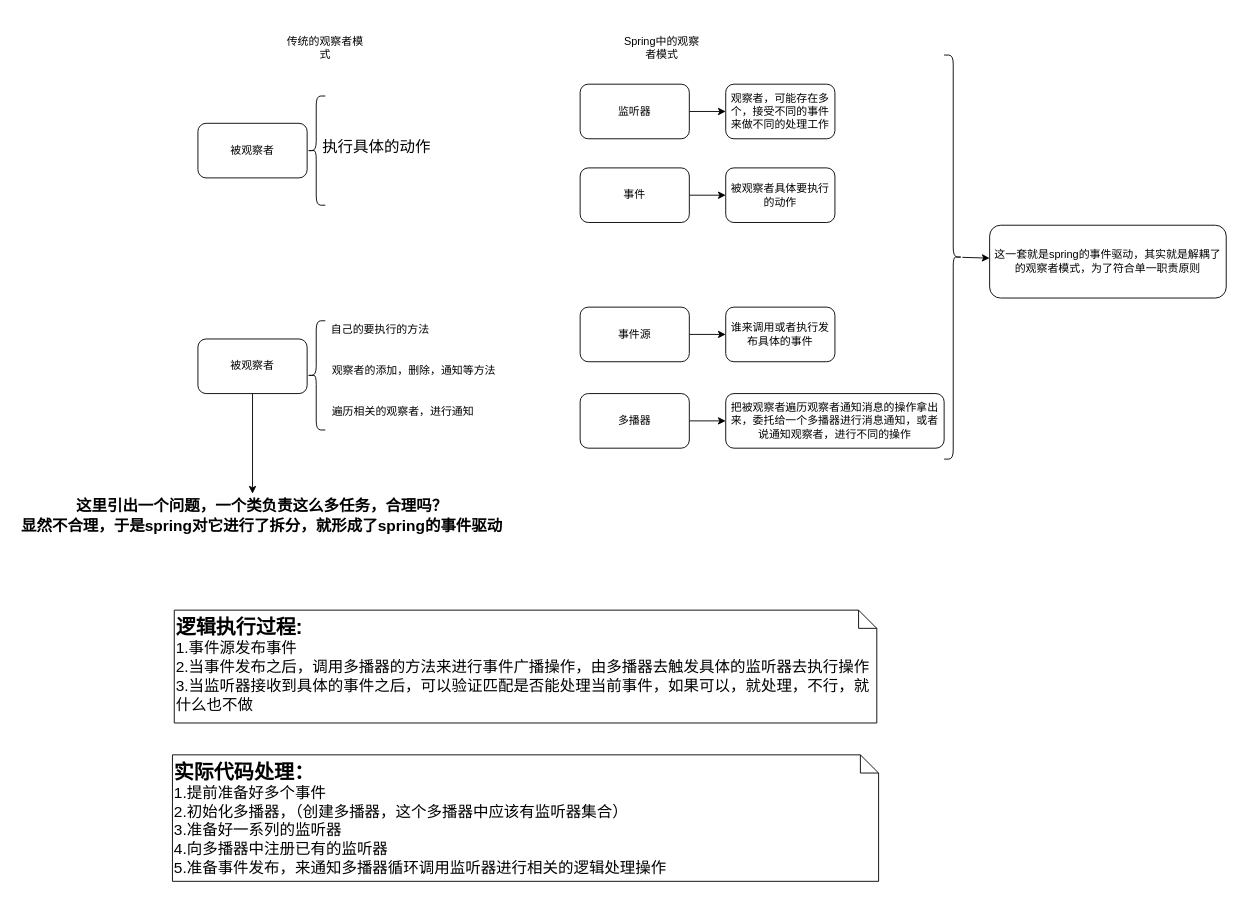
This is spring/Spring'sObserver.drawio from ZWYXY/all_images, a draw.io file, before an edit. Source tidied: cells renumbered, new cells numbered last; positions are measured from the earlier drawing's top-left corner, leaving out a move shared by most shapes. Both pictures are drawn from the tidied source at 91%, with x=0, y=0 at pixel (15, 29).
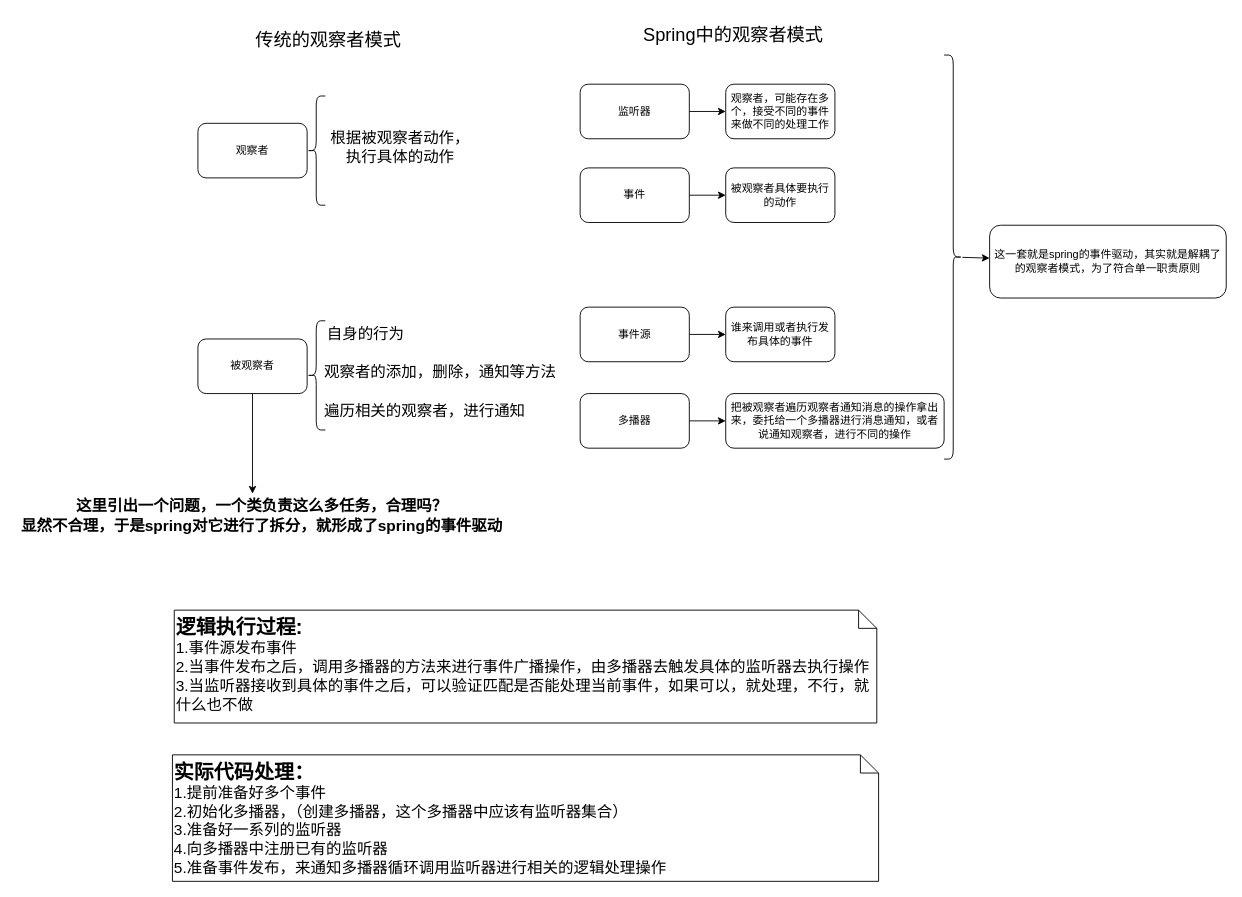
The same page after the edit.

Commit message (it also covers changes not shown here):
修改几张图图

The edit, as a diff of the source:
```diff
@@
-    <mxCell id="4" value="传统的观察者模式" style="text;html=1;strokeColor=none;fillColor=none;align=center;verticalAlign=middle;whiteSpace=wrap;rounded=0;" parent="1" vertex="1">
-      <mxGeometry x="295" width="90" height="40" as="geometry" />
+    <mxCell id="4" value="传统的观察者模式" style="text;html=1;strokeColor=none;fillColor=none;align=center;verticalAlign=middle;whiteSpace=wrap;rounded=0;fontSize=20;" parent="1" vertex="1">
+      <mxGeometry x="222" y="-15" width="243" height="51" as="geometry" />
     </mxCell>
-    <mxCell id="5" value="被观察者" style="rounded=1;whiteSpace=wrap;html=1;" parent="1" vertex="1">
+    <mxCell id="5" value="观察者" style="rounded=1;whiteSpace=wrap;html=1;" parent="1" vertex="1">
       <mxGeometry x="200" y="103" width="120" height="60" as="geometry" />
     </mxCell>
@@
-    <mxCell id="8" value="Spring中的观察者模式" style="text;html=1;strokeColor=none;fillColor=none;align=center;verticalAlign=middle;whiteSpace=wrap;rounded=0;" parent="1" vertex="1">
-      <mxGeometry x="665" width="90" height="40" as="geometry" />
+    <mxCell id="8" value="Spring中的观察者模式" style="text;html=1;strokeColor=none;fillColor=none;align=center;verticalAlign=middle;whiteSpace=wrap;rounded=0;fontSize=20;" parent="1" vertex="1">
+      <mxGeometry x="668" y="-12" width="241" height="33" as="geometry" />
     </mxCell>
@@
-    <mxCell id="23" value="观察者的添加，删除，通知等方法" style="text;html=1;align=center;verticalAlign=middle;strokeColor=none;" parent="1" vertex="1">
-      <mxGeometry x="337" y="365" width="200" height="20" as="geometry" />
+    <mxCell id="23" value="观察者的添加，删除，通知等方法" style="text;html=1;align=center;verticalAlign=middle;strokeColor=none;fontSize=17;" parent="1" vertex="1">
+      <mxGeometry x="333" y="365" width="265" height="24" as="geometry" />
     </mxCell>
@@
-    <mxCell id="25" value="自己的要执行的方法" style="text;html=1;align=center;verticalAlign=middle;strokeColor=none;" parent="1" vertex="1">
-      <mxGeometry x="340" y="320" width="120" height="20" as="geometry" />
+    <mxCell id="25" value="自身的行为" style="text;html=1;align=center;verticalAlign=middle;strokeColor=none;fontSize=17;" parent="1" vertex="1">
+      <mxGeometry x="336" y="323" width="95" height="24" as="geometry" />
     </mxCell>
-    <mxCell id="26" value="遍历相关的观察者，进行通知" style="text;html=1;align=center;verticalAlign=middle;strokeColor=none;" parent="1" vertex="1">
-      <mxGeometry x="340" y="410" width="170" height="20" as="geometry" />
+    <mxCell id="26" value="遍历相关的观察者，进行通知" style="text;html=1;align=center;verticalAlign=middle;strokeColor=none;fontSize=17;" parent="1" vertex="1">
+      <mxGeometry x="333" y="408" width="231" height="24" as="geometry" />
     </mxCell>
@@
-    <mxCell id="28" value="执行具体的动作" style="text;html=1;align=center;verticalAlign=middle;strokeColor=none;fontSize=17;" parent="1" vertex="1">
-      <mxGeometry x="331" y="118" width="129" height="24" as="geometry" />
+    <mxCell id="28" value="根据被观察者动作，&lt;br&gt;执行具体的动作" style="text;html=1;align=center;verticalAlign=middle;strokeColor=none;fontSize=17;" parent="1" vertex="1">
+      <mxGeometry x="340" y="108" width="163" height="44" as="geometry" />
     </mxCell>
```
